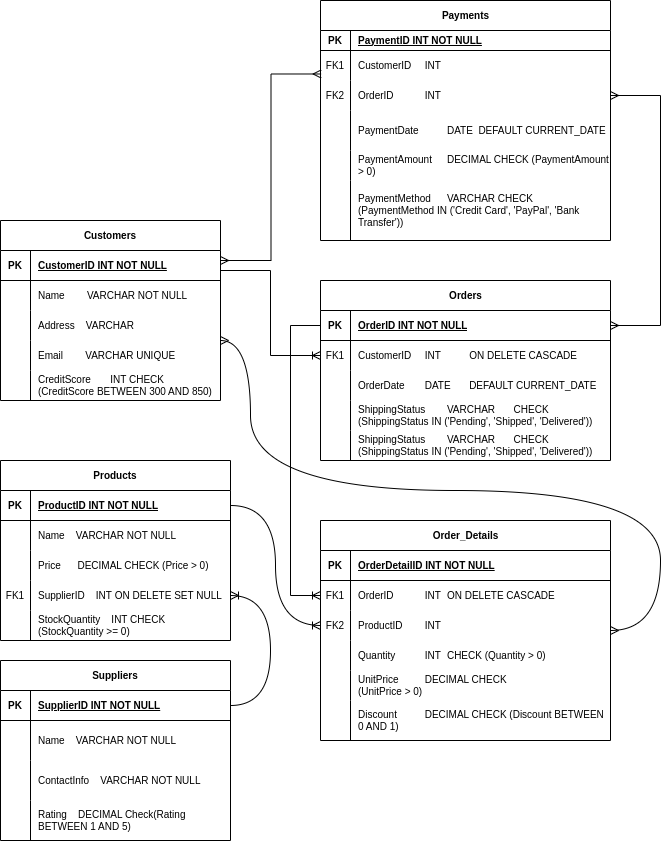
mzughbor/-Project-02- keeps this draw.io diagram as sql-task.drawio.png. Above is the earlier version. Source tidied: cells renumbered, new cells last; positions are measured from the earlier drawing's top-left corner, leaving out a move shared by most shapes.
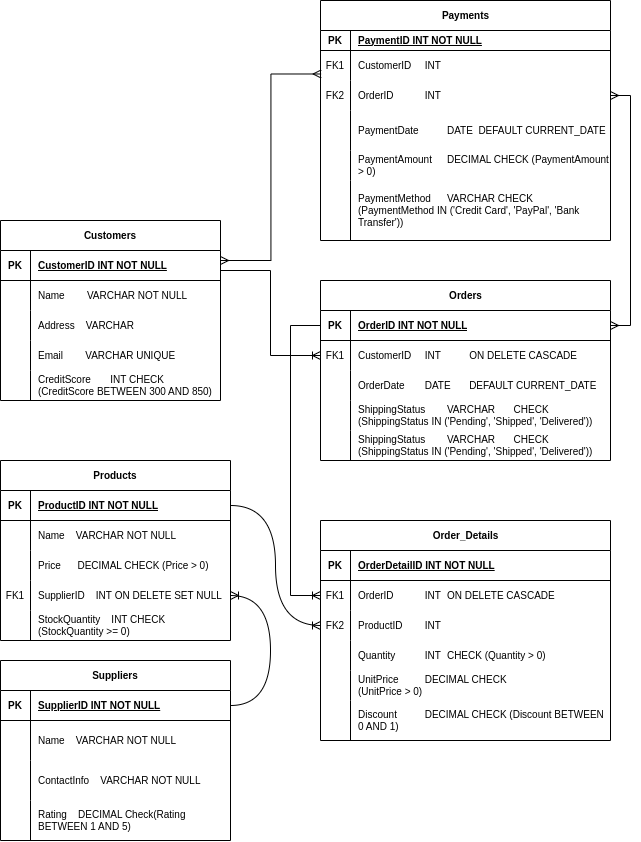
The same diagram one commit later.

Change to the diagram source:
```diff
@@ -268,7 +268,7 @@
     <mxCell id="86" style="fontSize=12;html=1;endArrow=ERmany;startArrow=ERmany;rounded=0;entryX=1;entryY=0.5;entryDx=0;entryDy=0;exitX=1;exitY=0.5;exitDx=0;exitDy=0;edgeStyle=elbowEdgeStyle;elbow=vertical;" parent="1" edge="1" source="49" target="71">
       <mxGeometry relative="1" as="geometry">
         <Array as="points">
-          <mxPoint x="660" y="220" />
+          <mxPoint x="630" y="200" />
         </Array>
       </mxGeometry>
     </mxCell>
@@ -277,16 +277,6 @@
         <mxPoint x="220" y="260" as="sourcePoint" />
       </mxGeometry>
     </mxCell>
-    <mxCell id="88" style="edgeStyle=orthogonalEdgeStyle;fontSize=12;html=1;endArrow=ERmany;startArrow=ERmany;rounded=0;curved=1;" parent="1" edge="1" source="28" target="89">
-      <mxGeometry relative="1" as="geometry">
-        <Array as="points">
-          <mxPoint x="250" y="340" />
-          <mxPoint x="250" y="490" />
-          <mxPoint x="660" y="490" />
-          <mxPoint x="660" y="630" />
-        </Array>
-      </mxGeometry>
-    </mxCell>
     <mxCell id="89" value="Order_Details" style="shape=table;startSize=30;rowLines=0;fontStyle=1;align=center;html=1;fontSize=10;" parent="1" vertex="1">
       <mxGeometry x="320" y="520" width="290" height="220" as="geometry" />
     </mxCell>
```
